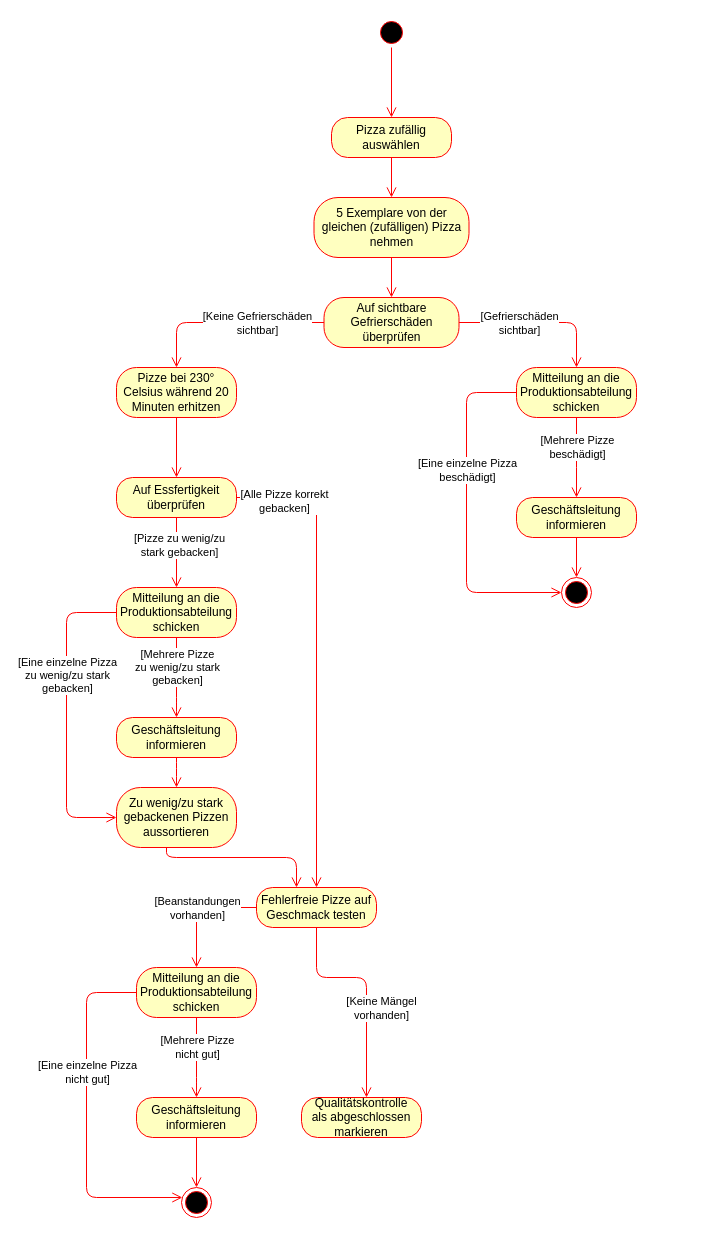
This is pizza-factory.drawio from DamienFlury/m245, a draw.io file, before an edit. Source tidied: cells renumbered, new cells numbered last; positions are measured from the earlier drawing's top-left corner, leaving out a move shared by most shapes. Both pictures are drawn from the tidied source at 100%, with x=0, y=0 at pixel (66, 17).
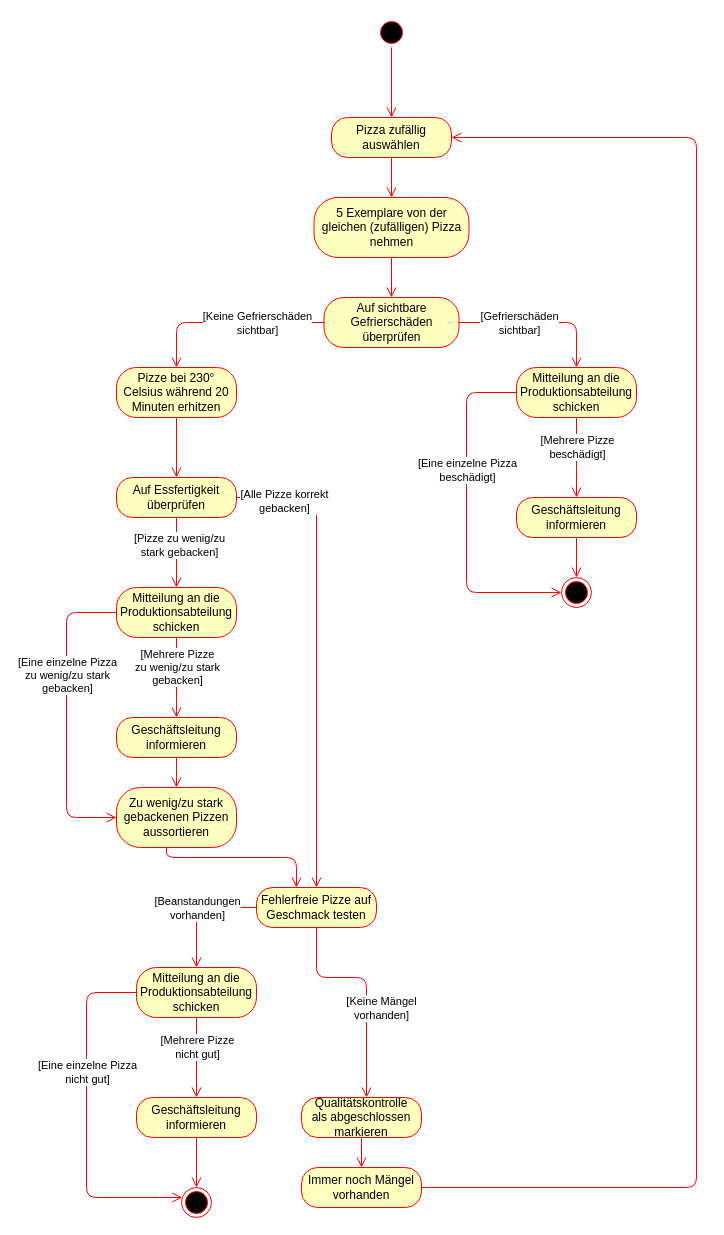
After the change.

The change refers to these unchanged cells:
```xml
<mxCell id="4" value="Pizza zufällig auswählen" style="rounded=1;whiteSpace=wrap;html=1;arcSize=40;fontColor=#000000;fillColor=#ffffc0;strokeColor=#ff0000;" parent="1" vertex="1">
  <mxGeometry x="265" y="100" width="120" height="40" as="geometry" />
</mxCell>
<mxCell id="50" value="&lt;div&gt;Qualitätskontrolle&lt;/div&gt;&lt;div&gt;als abgeschlossen markieren&lt;br&gt;&lt;/div&gt;" style="rounded=1;whiteSpace=wrap;html=1;arcSize=40;fontColor=#000000;fillColor=#ffffc0;strokeColor=#ff0000;" parent="1" vertex="1">
  <mxGeometry x="235" y="1080" width="120" height="40" as="geometry" />
</mxCell>
```

Diff of the diagram source:
```diff
@@
+    <mxCell id="51" value="Immer noch Mängel vorhanden" style="rounded=1;whiteSpace=wrap;html=1;arcSize=40;fontColor=#000000;fillColor=#ffffc0;strokeColor=#ff0000;" parent="1" vertex="1">
+      <mxGeometry x="235" y="1150" width="120" height="40" as="geometry" />
+    </mxCell>
+    <mxCell id="52" style="edgeStyle=orthogonalEdgeStyle;html=1;verticalAlign=bottom;endArrow=open;endSize=8;strokeColor=#ff0000;" parent="1" edge="1" source="51" target="4">
+      <mxGeometry relative="1" as="geometry">
+        <Array as="points">
+          <mxPoint x="630" y="1170" />
+          <mxPoint x="630" y="120" />
+        </Array>
+      </mxGeometry>
+    </mxCell>
+    <mxCell id="53" style="edgeStyle=orthogonalEdgeStyle;html=1;verticalAlign=bottom;endArrow=open;endSize=8;strokeColor=#ff0000;" parent="1" edge="1" source="50" target="51">
+      <mxGeometry relative="1" as="geometry" />
+    </mxCell>
```
